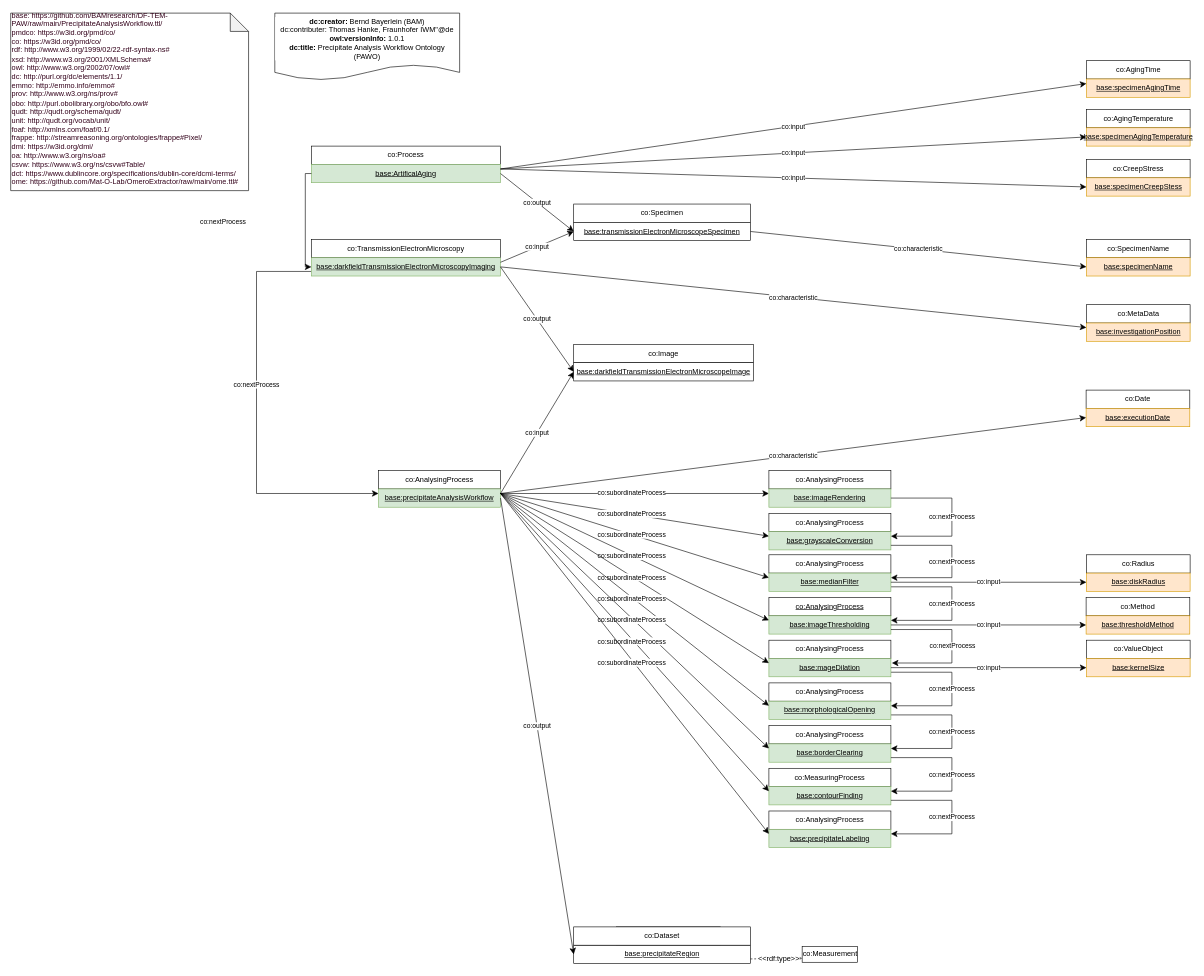
Above: page "PAW" (1 of 2) of PrecipitateAnalysisWorkflow.drawio in BAMresearch/DF-TEM-PAW (draw.io), before the change. Source tidied: cells renumbered, new cells numbered last; positions are measured from the earlier drawing's top-left corner, leaving out a move shared by most shapes. Both pictures are drawn from the tidied source at 61%, with x=0, y=0 at pixel (10, 13).
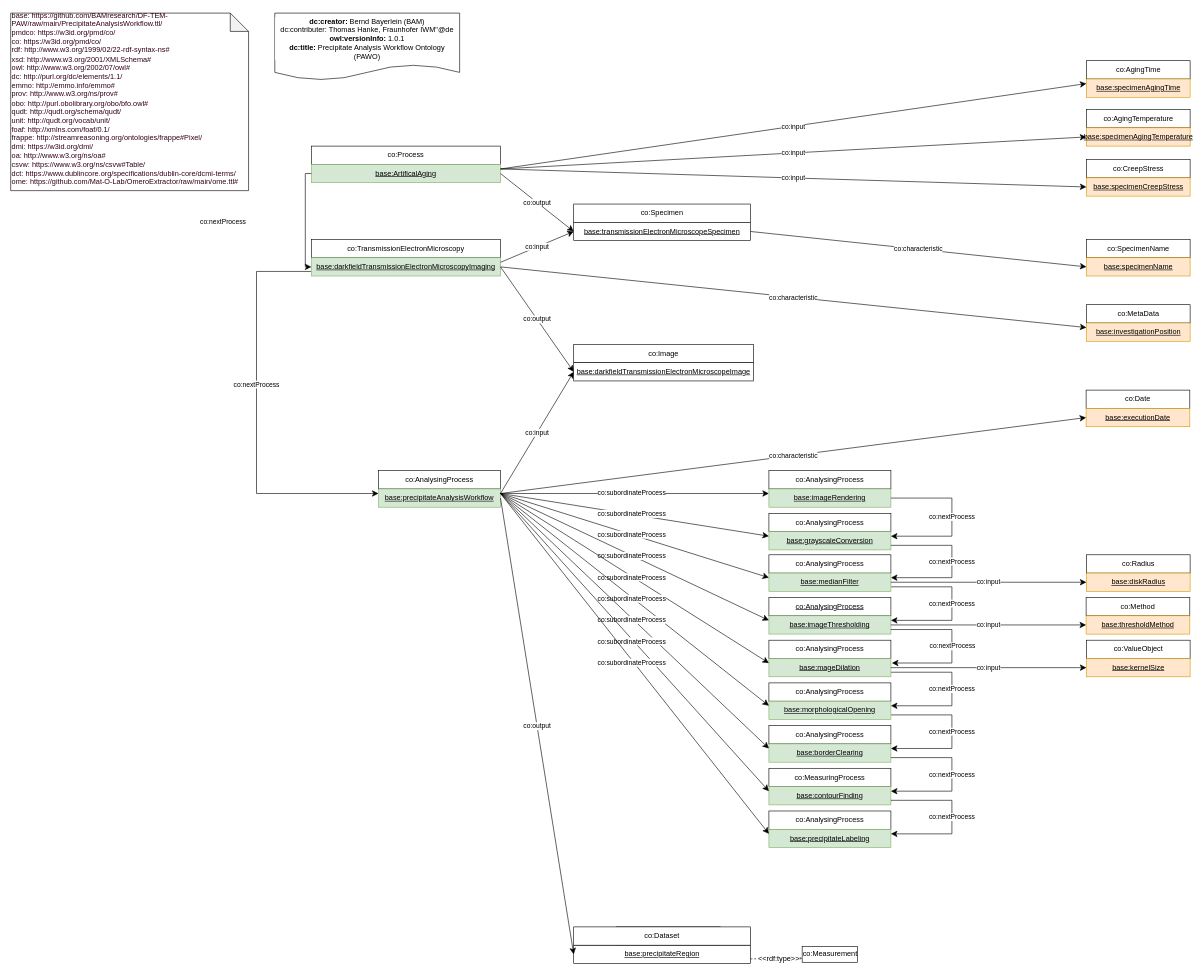
Above is the later version.

Diff of the diagram source:
```diff
@@
-    <mxCell id="65" value="&lt;u style=&quot;text-align: left&quot;&gt;base:specimenCreepStess&lt;/u&gt;" style="rounded=0;whiteSpace=wrap;html=1;snapToPoint=1;fillColor=#ffe6cc;strokeColor=#d79b00;" parent="1" vertex="1">
+    <mxCell id="65" value="&lt;u style=&quot;text-align: left&quot;&gt;base:specimenCreepStress&lt;/u&gt;" style="rounded=0;whiteSpace=wrap;html=1;snapToPoint=1;fillColor=#ffe6cc;strokeColor=#d79b00;" parent="1" vertex="1">
       <mxGeometry x="1763.5" y="270" width="170" height="30" as="geometry" />
     </mxCell>
```
